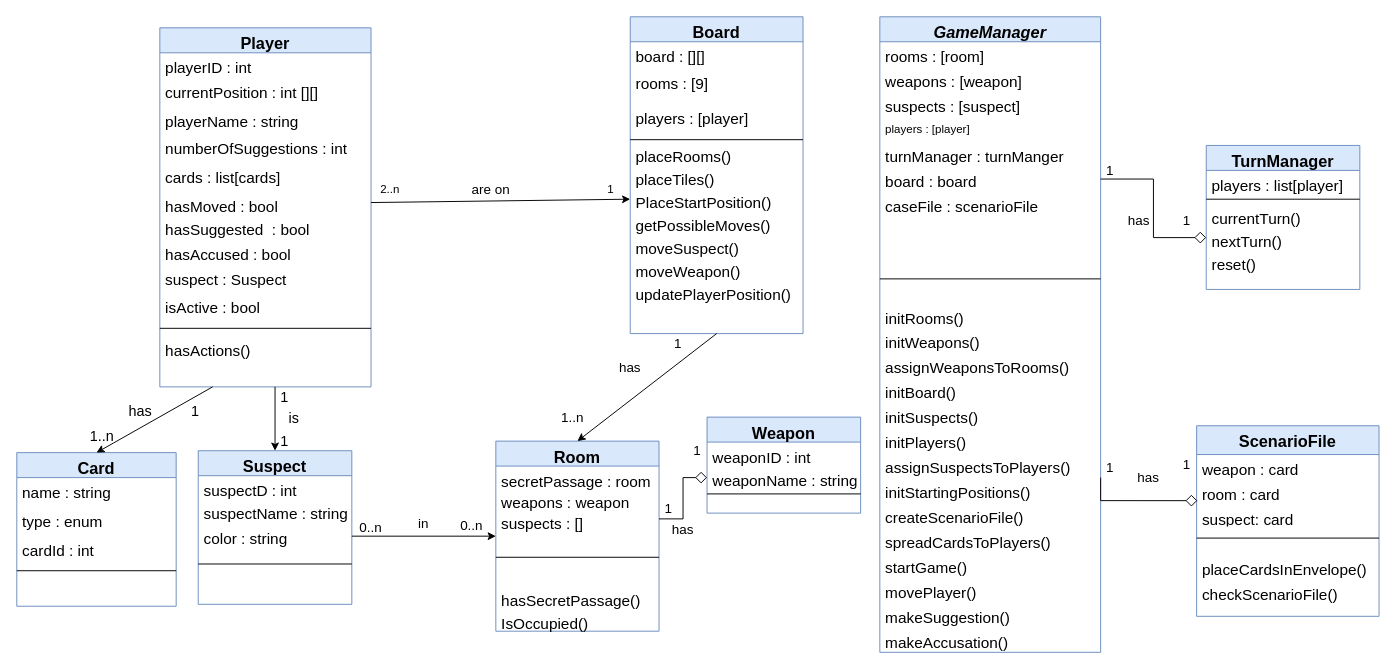
Earlier version of the draw.io diagram uml-diagram.drawio (Acelhaka/Clueless-game). Source tidied: cells renumbered, new cells numbered last; positions are measured from the earlier drawing's top-left corner, leaving out a move shared by most shapes. Both pictures are drawn from the tidied source at 96%, with x=0, y=0 at pixel (16, 16).
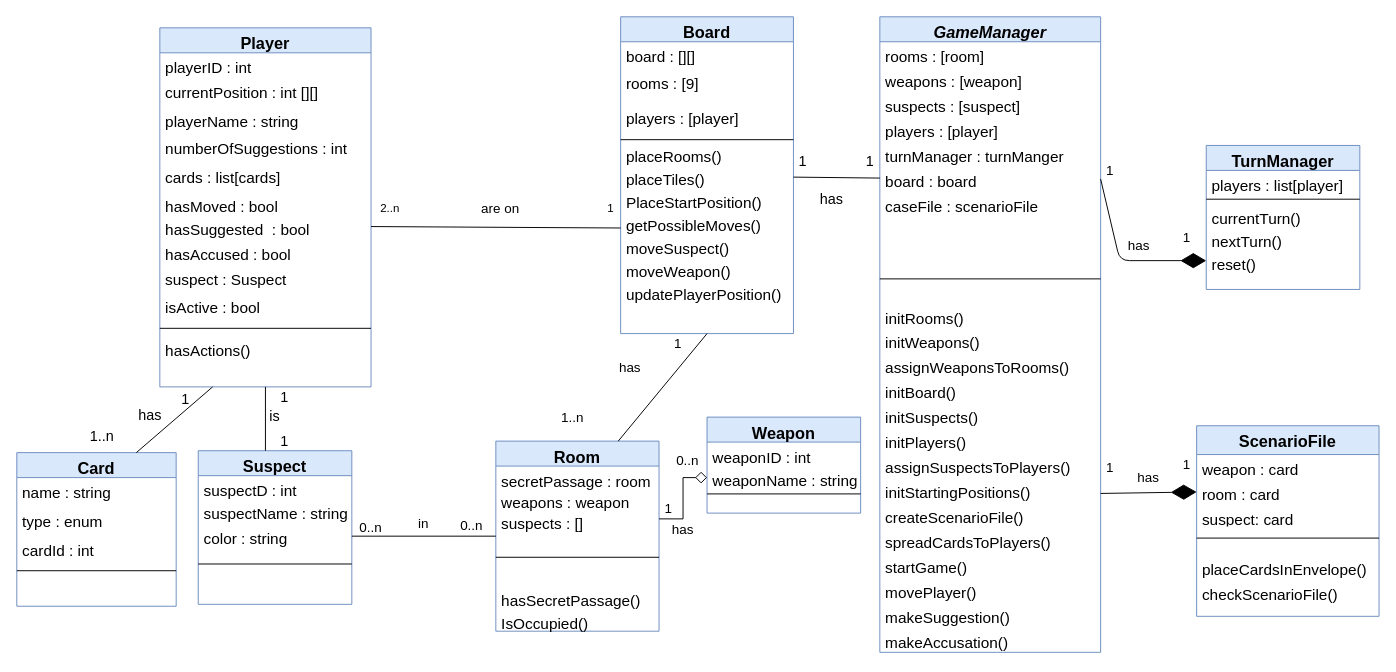
After the change.

The change refers to these unchanged cells:
```xml
<mxCell id="2" value="GameManager" style="swimlane;fontStyle=3;align=center;verticalAlign=top;horizontal=1;startSize=26;rounded=0;shadow=0;strokeWidth=1;fillColor=#dae8fc;strokeColor=#6c8ebf;fontSize=17;" parent="1" vertex="1">
  <mxGeometry x="899" width="230" height="662" as="geometry" />
</mxCell>
<mxCell id="8" value="board : board" style="text;align=left;verticalAlign=top;spacingLeft=4;spacingRight=4;overflow=hidden;points=[[0,0.5],[1,0.5]];portConstraint=eastwest;rounded=0;shadow=0;html=0;fontStyle=0;fontSize=16;" parent="2" vertex="1">
  <mxGeometry y="156" width="230" height="26" as="geometry" />
</mxCell>
<mxCell id="17" value="PlaceStartPosition()" style="text;align=left;verticalAlign=top;spacingLeft=4;spacingRight=4;overflow=hidden;points=[[0,0.5],[1,0.5]];portConstraint=eastwest;fontSize=16;" parent="10" vertex="1">
  <mxGeometry y="178" width="180" height="24" as="geometry" />
</mxCell>
<mxCell id="19" value="moveSuspect()" style="text;align=left;verticalAlign=top;spacingLeft=4;spacingRight=4;overflow=hidden;points=[[0,0.5],[1,0.5]];portConstraint=eastwest;fontSize=16;" parent="10" vertex="1">
  <mxGeometry y="226" width="180" height="24" as="geometry" />
</mxCell>
<mxCell id="22" value="Player" style="swimlane;fontStyle=1;align=center;verticalAlign=top;horizontal=1;startSize=26;rounded=0;shadow=0;strokeWidth=1;swimlaneFillColor=none;fillColor=#dae8fc;strokeColor=#6c8ebf;fontSize=17;" parent="1" vertex="1">
  <mxGeometry x="149" y="11.5" width="220" height="374" as="geometry" />
</mxCell>
<mxCell id="28" value="hasMoved : bool" style="text;align=left;verticalAlign=top;spacingLeft=4;spacingRight=4;overflow=hidden;points=[[0,0.5],[1,0.5]];portConstraint=eastwest;fontSize=16;" parent="22" vertex="1">
  <mxGeometry y="170" width="220" height="24" as="geometry" />
</mxCell>
<mxCell id="29" value="hasSuggested  : bool" style="text;align=left;verticalAlign=top;spacingLeft=4;spacingRight=4;overflow=hidden;points=[[0,0.5],[1,0.5]];portConstraint=eastwest;fontSize=16;" parent="22" vertex="1">
  <mxGeometry y="194" width="220" height="26" as="geometry" />
</mxCell>
<mxCell id="35" value="Card" style="swimlane;fontStyle=1;align=center;verticalAlign=top;horizontal=1;startSize=26;rounded=0;shadow=0;strokeWidth=1;swimlaneFillColor=none;fillColor=#dae8fc;strokeColor=#6c8ebf;fontSize=17;" parent="1" vertex="1">
  <mxGeometry y="454" width="166" height="160" as="geometry" />
</mxCell>
<mxCell id="44" value="Room" style="swimlane;fontStyle=1;align=center;verticalAlign=top;horizontal=1;startSize=26;rounded=0;shadow=0;strokeWidth=1;swimlaneFillColor=none;fillColor=#dae8fc;strokeColor=#6c8ebf;fontSize=17;" parent="1" vertex="1">
  <mxGeometry x="499" y="442" width="170" height="198" as="geometry" />
</mxCell>
<mxCell id="51" value="Suspect" style="swimlane;fontStyle=1;align=center;verticalAlign=top;horizontal=1;startSize=26;rounded=0;shadow=0;strokeWidth=1;swimlaneFillColor=none;fillColor=#dae8fc;strokeColor=#6c8ebf;fontSize=17;" parent="1" vertex="1">
  <mxGeometry x="189" y="452" width="160" height="160" as="geometry" />
</mxCell>
<mxCell id="54" value="color : string" style="text;align=left;verticalAlign=top;spacingLeft=4;spacingRight=4;overflow=hidden;points=[[0,0.5],[1,0.5]];portConstraint=eastwest;fontSize=16;" parent="51" vertex="1">
  <mxGeometry y="76" width="160" height="26" as="geometry" />
</mxCell>
<mxCell id="68" value="&lt;font style=&quot;font-size: 15px&quot;&gt;1&lt;/font&gt;" style="text;html=1;strokeColor=none;fillColor=none;align=center;verticalAlign=middle;whiteSpace=wrap;rounded=0;" parent="1" vertex="1">
  <mxGeometry x="259" y="385.5" width="40" height="20" as="geometry" />
</mxCell>
<mxCell id="69" value="&lt;font style=&quot;font-size: 15px&quot;&gt;1&lt;/font&gt;" style="text;html=1;strokeColor=none;fillColor=none;align=center;verticalAlign=middle;whiteSpace=wrap;rounded=0;" parent="1" vertex="1">
  <mxGeometry x="259" y="432" width="40" height="20" as="geometry" />
</mxCell>
<mxCell id="91" value="room : card" style="text;align=left;verticalAlign=top;spacingLeft=4;spacingRight=4;overflow=hidden;points=[[0,0.5],[1,0.5]];portConstraint=eastwest;rounded=0;shadow=0;html=0;fontSize=16;" parent="89" vertex="1">
  <mxGeometry y="56" width="190" height="26" as="geometry" />
</mxCell>
<mxCell id="92" value="suspect: card" style="text;align=left;verticalAlign=top;spacingLeft=4;spacingRight=4;overflow=hidden;points=[[0,0.5],[1,0.5]];portConstraint=eastwest;rounded=0;shadow=0;html=0;fontSize=16;" parent="89" vertex="1">
  <mxGeometry y="82" width="190" height="18" as="geometry" />
</mxCell>
<mxCell id="100" value="nextTurn()" style="text;align=left;verticalAlign=top;spacingLeft=4;spacingRight=4;overflow=hidden;points=[[0,0.5],[1,0.5]];portConstraint=eastwest;fontSize=16;" parent="96" vertex="1">
  <mxGeometry y="84" width="160" height="24" as="geometry" />
</mxCell>
<mxCell id="101" value="reset()" style="text;align=left;verticalAlign=top;spacingLeft=4;spacingRight=4;overflow=hidden;points=[[0,0.5],[1,0.5]];portConstraint=eastwest;fontSize=16;" parent="96" vertex="1">
  <mxGeometry y="108" width="160" height="24" as="geometry" />
</mxCell>
<mxCell id="103" value="&lt;font style=&quot;font-size: 14px&quot;&gt;1&lt;/font&gt;" style="text;html=1;strokeColor=none;fillColor=none;align=center;verticalAlign=middle;whiteSpace=wrap;rounded=0;" parent="1" vertex="1">
  <mxGeometry x="1119" y="460" width="40" height="20" as="geometry" />
</mxCell>
```

Diff of the diagram source:
```diff
@@
-    <mxCell id="6" value="players : [player]" style="text;align=left;verticalAlign=top;spacingLeft=4;spacingRight=4;overflow=hidden;rounded=0;shadow=0;html=0;fontStyle=0;" parent="2" vertex="1">
+    <mxCell id="6" value="players : [player]" style="text;align=left;verticalAlign=top;spacingLeft=4;spacingRight=4;overflow=hidden;rounded=0;shadow=0;html=0;fontStyle=0;fontSize=16;" parent="2" vertex="1">
       <mxGeometry y="104" width="230" height="26" as="geometry" />
     </mxCell>
@@
     <mxCell id="10" value="Board" style="swimlane;fontStyle=1;align=center;verticalAlign=top;horizontal=1;startSize=26;rounded=0;shadow=0;strokeWidth=1;swimlaneFillColor=none;fillColor=#dae8fc;strokeColor=#6c8ebf;fontSize=17;" parent="1" vertex="1">
-      <mxGeometry x="639" width="180" height="330" as="geometry" />
+      <mxGeometry x="629" width="180" height="330" as="geometry" />
     </mxCell>
@@
-    <mxCell id="56" style="endArrow=classic;html=1;exitX=0.5;exitY=1;exitDx=0;exitDy=0;entryX=0.5;entryY=0;entryDx=0;entryDy=0;" parent="1" edge="1" source="10" target="44">
-      <mxGeometry relative="1" as="geometry" />
-    </mxCell>
@@
-    <mxCell id="62" value="&lt;font style=&quot;font-size: 14px&quot;&gt;1&lt;/font&gt;" style="text;html=1;strokeColor=none;fillColor=none;align=center;verticalAlign=middle;whiteSpace=wrap;rounded=0;" parent="1" vertex="1">
-      <mxGeometry x="689" y="442" width="40" height="20" as="geometry" />
+    <mxCell id="62" value="&lt;font style=&quot;font-size: 14px&quot;&gt;0..n&lt;/font&gt;" style="text;html=1;strokeColor=none;fillColor=none;align=center;verticalAlign=middle;whiteSpace=wrap;rounded=0;" parent="1" vertex="1">
+      <mxGeometry x="679" y="452" width="40" height="20" as="geometry" />
     </mxCell>
@@
-    <mxCell id="66" style="endArrow=classic;html=1;entryX=0.5;entryY=0;entryDx=0;entryDy=0;exitX=0.25;exitY=0;exitDx=0;exitDy=0;" parent="1" edge="1" source="68" target="51">
-      <mxGeometry relative="1" as="geometry" />
-    </mxCell>
     <mxCell id="67" value="&lt;font style=&quot;font-size: 15px&quot;&gt;is&lt;/font&gt;" style="text;html=1;strokeColor=none;fillColor=none;align=center;verticalAlign=middle;whiteSpace=wrap;rounded=0;" parent="1" vertex="1">
-      <mxGeometry x="269" y="408" width="40" height="20" as="geometry" />
+      <mxGeometry x="249" y="406" width="40" height="20" as="geometry" />
     </mxCell>
@@
-    <mxCell id="70" style="endArrow=classic;html=1;entryX=0;entryY=0.5;entryDx=0;entryDy=0;exitX=1;exitY=0.5;exitDx=0;exitDy=0;" parent="1" edge="1" source="28" target="17">
-      <mxGeometry relative="1" as="geometry" />
-    </mxCell>
     <mxCell id="71" value="1" style="text;html=1;strokeColor=none;fillColor=none;align=center;verticalAlign=middle;whiteSpace=wrap;rounded=0;" parent="1" vertex="1">
-      <mxGeometry x="599" y="170" width="40" height="20" as="geometry" />
+      <mxGeometry x="599" y="190" width="40" height="20" as="geometry" />
     </mxCell>
     <mxCell id="72" value="2..n" style="text;html=1;strokeColor=none;fillColor=none;align=center;verticalAlign=middle;whiteSpace=wrap;rounded=0;" parent="1" vertex="1">
-      <mxGeometry x="369" y="170" width="40" height="20" as="geometry" />
+      <mxGeometry x="369" y="190" width="40" height="20" as="geometry" />
     </mxCell>
     <mxCell id="73" value="&lt;font style=&quot;font-size: 14px&quot;&gt;are on&lt;/font&gt;" style="text;html=1;strokeColor=none;fillColor=none;align=center;verticalAlign=middle;whiteSpace=wrap;rounded=0;" parent="1" vertex="1">
-      <mxGeometry x="469" y="170" width="50" height="20" as="geometry" />
+      <mxGeometry x="479" y="190" width="50" height="20" as="geometry" />
     </mxCell>
@@
-    <mxCell id="102" style="edgeStyle=orthogonalEdgeStyle;rounded=0;jettySize=auto;html=1;startArrow=none;startFill=0;endArrow=diamond;endFill=0;endSize=10;entryX=0.004;entryY=-0.221;entryDx=0;entryDy=0;entryPerimeter=0;exitX=0.25;exitY=1;exitDx=0;exitDy=0;" parent="1" edge="1" source="103" target="92">
-      <mxGeometry relative="1" as="geometry" />
-    </mxCell>
@@
-    <mxCell id="106" style="edgeStyle=orthogonalEdgeStyle;rounded=0;jettySize=auto;html=1;startArrow=none;startFill=0;endArrow=diamond;endFill=0;endSize=10;entryX=0;entryY=0.5;entryDx=0;entryDy=0;exitX=1;exitY=0.5;exitDx=0;exitDy=0;" parent="1" edge="1" source="8" target="100">
-      <mxGeometry relative="1" as="geometry" />
-    </mxCell>
@@
     <mxCell id="108" value="&lt;font style=&quot;font-size: 14px&quot;&gt;has&lt;/font&gt;" style="text;html=1;strokeColor=none;fillColor=none;align=center;verticalAlign=middle;whiteSpace=wrap;rounded=0;rotation=0;" parent="1" vertex="1">
-      <mxGeometry x="1149" y="202" width="40" height="20" as="geometry" />
+      <mxGeometry x="1149" y="228" width="40" height="20" as="geometry" />
     </mxCell>
     <mxCell id="109" value="&lt;font style=&quot;font-size: 14px&quot;&gt;1&lt;/font&gt;" style="text;html=1;strokeColor=none;fillColor=none;align=center;verticalAlign=middle;whiteSpace=wrap;rounded=0;" parent="1" vertex="1">
-      <mxGeometry x="1199" y="202" width="40" height="20" as="geometry" />
+      <mxGeometry x="1199" y="220" width="40" height="20" as="geometry" />
     </mxCell>
-    <mxCell id="110" style="endArrow=classic;html=1;entryX=0.5;entryY=0;entryDx=0;entryDy=0;exitX=0.25;exitY=1;exitDx=0;exitDy=0;" parent="1" edge="1" source="22" target="35">
-      <mxGeometry relative="1" as="geometry" />
-    </mxCell>
     <mxCell id="111" value="&lt;font style=&quot;font-size: 15px&quot;&gt;1&lt;/font&gt;" style="text;html=1;strokeColor=none;fillColor=none;align=center;verticalAlign=middle;whiteSpace=wrap;rounded=0;" parent="1" vertex="1">
-      <mxGeometry x="166" y="400" width="40" height="20" as="geometry" />
+      <mxGeometry x="156" y="388" width="40" height="20" as="geometry" />
     </mxCell>
@@
     <mxCell id="113" value="&lt;font style=&quot;font-size: 15px&quot;&gt;has&lt;/font&gt;" style="text;html=1;strokeColor=none;fillColor=none;align=center;verticalAlign=middle;whiteSpace=wrap;rounded=0;" parent="1" vertex="1">
-      <mxGeometry x="109" y="400" width="40" height="20" as="geometry" />
+      <mxGeometry x="119" y="405" width="40" height="20" as="geometry" />
     </mxCell>
+    <mxCell id="115" value="&lt;font style=&quot;font-size: 14px&quot;&gt;in&lt;/font&gt;" style="text;html=1;strokeColor=none;fillColor=none;align=center;verticalAlign=middle;whiteSpace=wrap;rounded=0;" parent="1" vertex="1">
+      <mxGeometry x="399" y="518" width="50" height="20" as="geometry" />
+    </mxCell>
+    <mxCell id="116" style="endArrow=none;html=1;fontSize=16;exitX=1;exitY=0.5;exitDx=0;exitDy=0;entryX=0;entryY=-0.25;entryDx=0;entryDy=0;entryPerimeter=0;" parent="1" edge="1" source="29" target="19">
+      <mxGeometry relative="1" as="geometry" />
+    </mxCell>
+    <mxCell id="117" style="endArrow=diamondThin;endFill=1;endSize=24;html=1;fontSize=16;exitX=1;exitY=0.75;exitDx=0;exitDy=0;entryX=0;entryY=0.5;entryDx=0;entryDy=0;" parent="1" edge="1" source="2" target="91">
+      <mxGeometry relative="1" as="geometry" />
+    </mxCell>
+    <mxCell id="118" style="endArrow=diamondThin;endFill=1;endSize=24;html=1;fontSize=16;exitX=1;exitY=0.5;exitDx=0;exitDy=0;entryX=0;entryY=0.5;entryDx=0;entryDy=0;" parent="1" edge="1" source="8" target="101">
+      <mxGeometry relative="1" as="geometry">
+        <Array as="points">
+          <mxPoint x="1149" y="254" />
+        </Array>
+      </mxGeometry>
+    </mxCell>
+    <mxCell id="119" style="endArrow=none;html=1;fontSize=16;exitX=0.75;exitY=0;exitDx=0;exitDy=0;entryX=0.5;entryY=1;entryDx=0;entryDy=0;" parent="1" edge="1" source="44" target="10">
+      <mxGeometry relative="1" as="geometry" />
+    </mxCell>
-    <mxCell id="114" style="endArrow=classic;html=1;entryX=0;entryY=0.5;entryDx=0;entryDy=0;exitX=1;exitY=0.5;exitDx=0;exitDy=0;" parent="1" edge="1" source="54" target="44">
+    <mxCell id="114" style="endArrow=none;html=1;fontSize=16;exitX=1;exitY=0.5;exitDx=0;exitDy=0;entryX=0;entryY=0.5;entryDx=0;entryDy=0;" parent="1" edge="1" source="54" target="44">
       <mxGeometry relative="1" as="geometry" />
     </mxCell>
-    <mxCell id="115" value="&lt;font style=&quot;font-size: 14px&quot;&gt;in&lt;/font&gt;" style="text;html=1;strokeColor=none;fillColor=none;align=center;verticalAlign=middle;whiteSpace=wrap;rounded=0;" parent="1" vertex="1">
-      <mxGeometry x="399" y="518" width="50" height="20" as="geometry" />
-    </mxCell>
+    <mxCell id="120" style="endArrow=none;html=1;fontSize=16;exitX=0.5;exitY=1;exitDx=0;exitDy=0;entryX=0;entryY=1;entryDx=0;entryDy=0;" parent="1" edge="1" source="22" target="69">
+      <mxGeometry relative="1" as="geometry" />
+    </mxCell>
+    <mxCell id="110" style="endArrow=none;html=1;fontSize=16;exitX=0.25;exitY=1;exitDx=0;exitDy=0;entryX=0.75;entryY=0;entryDx=0;entryDy=0;" parent="1" edge="1" source="22" target="35">
+      <mxGeometry relative="1" as="geometry" />
+    </mxCell>
+    <mxCell id="121" style="endArrow=none;html=1;fontSize=16;exitX=1;exitY=0.5;exitDx=0;exitDy=0;entryX=0;entryY=0.5;entryDx=0;entryDy=0;" parent="1" edge="1">
+      <mxGeometry relative="1" as="geometry">
+        <mxPoint x="809" y="167" as="sourcePoint" />
+        <mxPoint x="899" y="168" as="targetPoint" />
+      </mxGeometry>
+    </mxCell>
+    <mxCell id="122" value="&lt;font style=&quot;font-size: 15px&quot;&gt;1&lt;/font&gt;" style="text;html=1;strokeColor=none;fillColor=none;align=center;verticalAlign=middle;whiteSpace=wrap;rounded=0;" parent="1" vertex="1">
+      <mxGeometry x="799" y="140" width="40" height="20" as="geometry" />
+    </mxCell>
+    <mxCell id="123" value="&lt;font style=&quot;font-size: 15px&quot;&gt;1&lt;/font&gt;" style="text;html=1;strokeColor=none;fillColor=none;align=center;verticalAlign=middle;whiteSpace=wrap;rounded=0;" parent="1" vertex="1">
+      <mxGeometry x="869" y="140" width="40" height="20" as="geometry" />
+    </mxCell>
+    <mxCell id="124" value="&lt;font style=&quot;font-size: 15px&quot;&gt;has&lt;/font&gt;" style="text;html=1;strokeColor=none;fillColor=none;align=center;verticalAlign=middle;whiteSpace=wrap;rounded=0;" parent="1" vertex="1">
+      <mxGeometry x="829" y="180" width="40" height="20" as="geometry" />
+    </mxCell>
```
